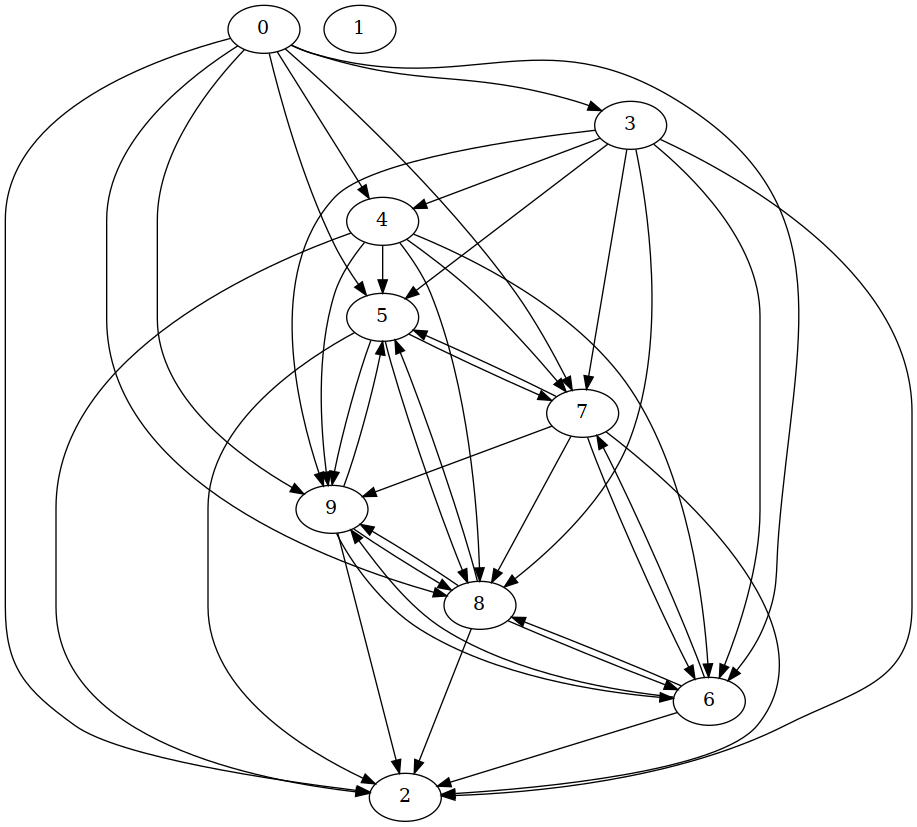
Above: routing_graph.png in XushengLuo92/Hierarchical-LTL (Graphviz), before the change. Its source is kept beside it as routing_graph.dot.
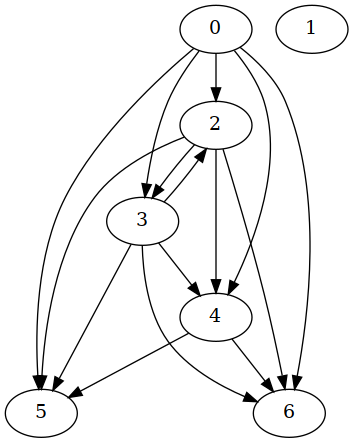
The same file after the commit.

Diff of the diagram source:
```diff
@@ -1,55 +1,25 @@
 strict digraph "" {
 	graph [type=routing_graph];
 	0	[location_type_component_task_element="['r1', 1, 1, -1]"];
-	2	[location_type_component_task_element="['l7', 1, 1, 'l0', 3]"];
+	2	[location_type_component_task_element="['l4', 1, 1, 'l100', 1]"];
 	0 -> 2	[weight=10];
-	3	[location_type_component_task_element="['l2', 1, 1, 'l100', 1]"];
+	3	[location_type_component_task_element="['l2', 1, 1, 'l100', 2]"];
 	0 -> 3	[weight=10];
-	4	[location_type_component_task_element="['l4', 1, 1, 'l100', 2]"];
+	4	[location_type_component_task_element="['l3', 1, 1, 'l200', 1]"];
 	0 -> 4	[weight=10];
-	5	[location_type_component_task_element="['l5', 1, 1, 'l200', 8]"];
+	5	[location_type_component_task_element="['l5', 1, 1, 'l200', 2]"];
 	0 -> 5	[weight=10];
-	6	[location_type_component_task_element="['l1', 1, 1, 'l200', 8]"];
+	6	[location_type_component_task_element="['l1', 1, 1, 'l200', 2]"];
 	0 -> 6	[weight=10];
-	7	[location_type_component_task_element="['l3', 1, 1, 'l200', 3]"];
-	0 -> 7	[weight=10];
-	8	[location_type_component_task_element="['l6', 1, 1, 'l200', 5]"];
-	0 -> 8	[weight=10];
-	9	[location_type_component_task_element="['l3', 1, 1, 'l200', 6]"];
-	0 -> 9	[weight=10];
 	1	[location_type_component_task_element="['r2', 2, 1, -1]"];
-	3 -> 2	[weight=10];
-	3 -> 4	[weight=1];
+	2 -> 3	[weight=1];
+	2 -> 4	[weight=10];
+	2 -> 5	[weight=10];
+	2 -> 6	[weight=10];
+	3 -> 2	[weight=1];
+	3 -> 4	[weight=10];
 	3 -> 5	[weight=10];
 	3 -> 6	[weight=10];
-	3 -> 7	[weight=10];
-	3 -> 8	[weight=10];
-	3 -> 9	[weight=10];
-	4 -> 2	[weight=10];
-	4 -> 5	[weight=10];
-	4 -> 6	[weight=10];
-	4 -> 7	[weight=10];
-	4 -> 8	[weight=10];
-	4 -> 9	[weight=10];
-	5 -> 2	[weight=10];
-	5 -> 7	[weight=1];
-	5 -> 8	[weight=1];
-	5 -> 9	[weight=1];
-	6 -> 2	[weight=10];
-	6 -> 7	[weight=1];
-	6 -> 8	[weight=1];
-	6 -> 9	[weight=1];
-	7 -> 2	[weight=10];
-	7 -> 5	[weight=1];
-	7 -> 6	[weight=1];
-	7 -> 8	[weight=1];
-	7 -> 9	[weight=1];
-	8 -> 2	[weight=10];
-	8 -> 5	[weight=1];
-	8 -> 6	[weight=1];
-	8 -> 9	[weight=1];
-	9 -> 2	[weight=10];
-	9 -> 5	[weight=1];
-	9 -> 6	[weight=1];
-	9 -> 8	[weight=1];
+	4 -> 5	[weight=1];
+	4 -> 6	[weight=1];
 }
```
